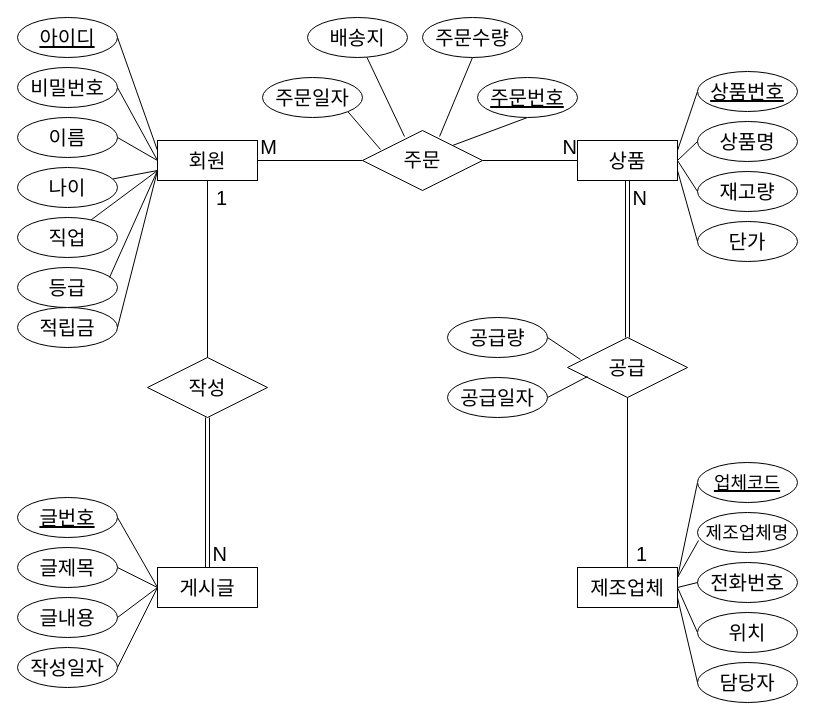
Earlier version of the draw.io diagram page "Page-1" (1 of 4) of erd/hanbit.dio (summasad/oraclesource). Source tidied: cells renumbered, new cells numbered last; positions are measured from the earlier drawing's top-left corner, leaving out a move shared by most shapes. Both pictures are drawn from the tidied source at 100%, with x=0, y=0 at pixel (17, 17).
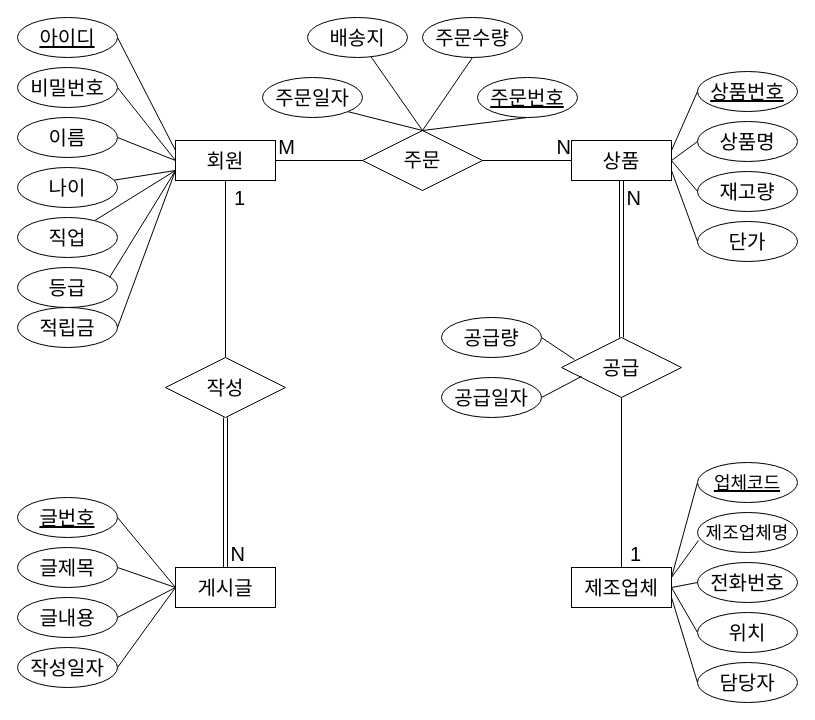
Above is the later version.

The change refers to these unchanged cells:
```xml
<mxCell id="44" value="&lt;font style=&quot;font-size: 20px;&quot;&gt;주문&lt;/font&gt;" style="shape=rhombus;perimeter=rhombusPerimeter;whiteSpace=wrap;html=1;align=center;fontSize=18;" parent="1" vertex="1">
  <mxGeometry x="345" y="113" width="120" height="60" as="geometry" />
</mxCell>
<mxCell id="50" value="주문번호" style="ellipse;whiteSpace=wrap;html=1;align=center;fontStyle=4;fontSize=20;" parent="1" vertex="1">
  <mxGeometry x="460" y="60" width="100" height="40" as="geometry" />
</mxCell>
<mxCell id="52" value="배송지" style="ellipse;whiteSpace=wrap;html=1;align=center;fontSize=20;" parent="1" vertex="1">
  <mxGeometry x="290" width="100" height="40" as="geometry" />
</mxCell>
<mxCell id="54" value="주문일자" style="ellipse;whiteSpace=wrap;html=1;align=center;fontSize=20;" parent="1" vertex="1">
  <mxGeometry x="245" y="60" width="100" height="40" as="geometry" />
</mxCell>
<mxCell id="56" value="주문수량" style="ellipse;whiteSpace=wrap;html=1;align=center;fontSize=20;" parent="1" vertex="1">
  <mxGeometry x="405" width="100" height="40" as="geometry" />
</mxCell>
```

Change to the diagram source:
```diff
@@
     <mxCell id="2" value="&lt;font style=&quot;font-size: 20px;&quot;&gt;회원&lt;/font&gt;" style="whiteSpace=wrap;html=1;align=center;" parent="1" vertex="1">
-      <mxGeometry x="140" y="123" width="100" height="40" as="geometry" />
+      <mxGeometry x="158" y="123" width="100" height="40" as="geometry" />
     </mxCell>
     <mxCell id="3" value="&lt;font style=&quot;font-size: 20px;&quot;&gt;상품&lt;/font&gt;" style="whiteSpace=wrap;html=1;align=center;" parent="1" vertex="1">
-      <mxGeometry x="560" y="123" width="100" height="40" as="geometry" />
+      <mxGeometry x="554" y="123" width="100" height="40" as="geometry" />
     </mxCell>
     <mxCell id="4" value="&lt;font style=&quot;font-size: 20px;&quot;&gt;게시글&lt;/font&gt;" style="whiteSpace=wrap;html=1;align=center;direction=west;" parent="1" vertex="1">
-      <mxGeometry x="140" y="550" width="100" height="40" as="geometry" />
+      <mxGeometry x="158" y="550" width="100" height="40" as="geometry" />
     </mxCell>
     <mxCell id="5" value="&lt;font style=&quot;font-size: 20px;&quot;&gt;제조업체&lt;/font&gt;" style="whiteSpace=wrap;html=1;align=center;direction=west;" parent="1" vertex="1">
-      <mxGeometry x="560" y="550" width="100" height="40" as="geometry" />
+      <mxGeometry x="554" y="550" width="100" height="40" as="geometry" />
     </mxCell>
@@
-    <mxCell id="49" style="edgeStyle=none;html=1;exitX=0.5;exitY=1;exitDx=0;exitDy=0;entryX=1;entryY=0;entryDx=0;entryDy=0;fontSize=20;startArrow=none;startFill=0;endArrow=none;endFill=0;" parent="1" edge="1" source="50" target="44">
+    <mxCell id="49" style="edgeStyle=none;html=1;exitX=0.5;exitY=1;exitDx=0;exitDy=0;entryX=0.5;entryY=0;entryDx=0;entryDy=0;fontSize=20;startArrow=none;startFill=0;endArrow=none;endFill=0;" parent="1" edge="1" source="50" target="44">
       <mxGeometry relative="1" as="geometry" />
     </mxCell>
@@
-    <mxCell id="51" style="edgeStyle=none;html=1;entryX=0.35;entryY=0.1;entryDx=0;entryDy=0;entryPerimeter=0;fontSize=20;startArrow=none;startFill=0;endArrow=none;endFill=0;" parent="1" edge="1" source="52" target="44">
+    <mxCell id="51" style="edgeStyle=none;html=1;entryX=0.5;entryY=0;entryDx=0;entryDy=0;fontSize=20;startArrow=none;startFill=0;endArrow=none;endFill=0;" parent="1" edge="1" source="52" target="44">
       <mxGeometry relative="1" as="geometry" />
     </mxCell>
@@
-    <mxCell id="53" style="edgeStyle=none;html=1;exitX=1;exitY=1;exitDx=0;exitDy=0;entryX=0.15;entryY=0.317;entryDx=0;entryDy=0;entryPerimeter=0;fontSize=20;startArrow=none;startFill=0;endArrow=none;endFill=0;" parent="1" edge="1" source="54" target="44">
+    <mxCell id="53" style="edgeStyle=none;html=1;exitX=1;exitY=1;exitDx=0;exitDy=0;entryX=0.5;entryY=0;entryDx=0;entryDy=0;fontSize=20;startArrow=none;startFill=0;endArrow=none;endFill=0;" parent="1" edge="1" source="54" target="44">
       <mxGeometry relative="1" as="geometry" />
     </mxCell>
@@
-    <mxCell id="55" style="edgeStyle=none;html=1;exitX=0.5;exitY=1;exitDx=0;exitDy=0;entryX=0.642;entryY=0.1;entryDx=0;entryDy=0;entryPerimeter=0;fontSize=20;startArrow=none;startFill=0;endArrow=none;endFill=0;" parent="1" edge="1" source="56" target="44">
+    <mxCell id="55" style="edgeStyle=none;html=1;exitX=0.5;exitY=1;exitDx=0;exitDy=0;entryX=0.5;entryY=0;entryDx=0;entryDy=0;fontSize=20;startArrow=none;startFill=0;endArrow=none;endFill=0;" parent="1" edge="1" source="56" target="44">
       <mxGeometry relative="1" as="geometry" />
     </mxCell>
@@
     <mxCell id="57" value="공급" style="shape=rhombus;perimeter=rhombusPerimeter;whiteSpace=wrap;html=1;align=center;fontSize=20;" parent="1" vertex="1">
-      <mxGeometry x="550" y="320" width="120" height="60" as="geometry" />
+      <mxGeometry x="544" y="320" width="120" height="60" as="geometry" />
     </mxCell>
@@
     <mxCell id="59" value="공급량" style="ellipse;whiteSpace=wrap;html=1;align=center;fontSize=20;" parent="1" vertex="1">
-      <mxGeometry x="430" y="300" width="100" height="40" as="geometry" />
+      <mxGeometry x="424" y="300" width="100" height="40" as="geometry" />
     </mxCell>
@@
     <mxCell id="61" value="공급일자" style="ellipse;whiteSpace=wrap;html=1;align=center;fontSize=20;" parent="1" vertex="1">
-      <mxGeometry x="430" y="360" width="100" height="40" as="geometry" />
+      <mxGeometry x="424" y="360" width="100" height="40" as="geometry" />
     </mxCell>
@@
     <mxCell id="66" value="작성" style="shape=rhombus;perimeter=rhombusPerimeter;whiteSpace=wrap;html=1;align=center;fontSize=20;" parent="1" vertex="1">
-      <mxGeometry x="130" y="340" width="120" height="60" as="geometry" />
+      <mxGeometry x="148" y="340" width="120" height="60" as="geometry" />
     </mxCell>
```
